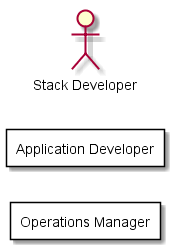
Earlier version of the PlantUML export design/Actors/StackDeveloper/UseCases.png (CAADE/C3).
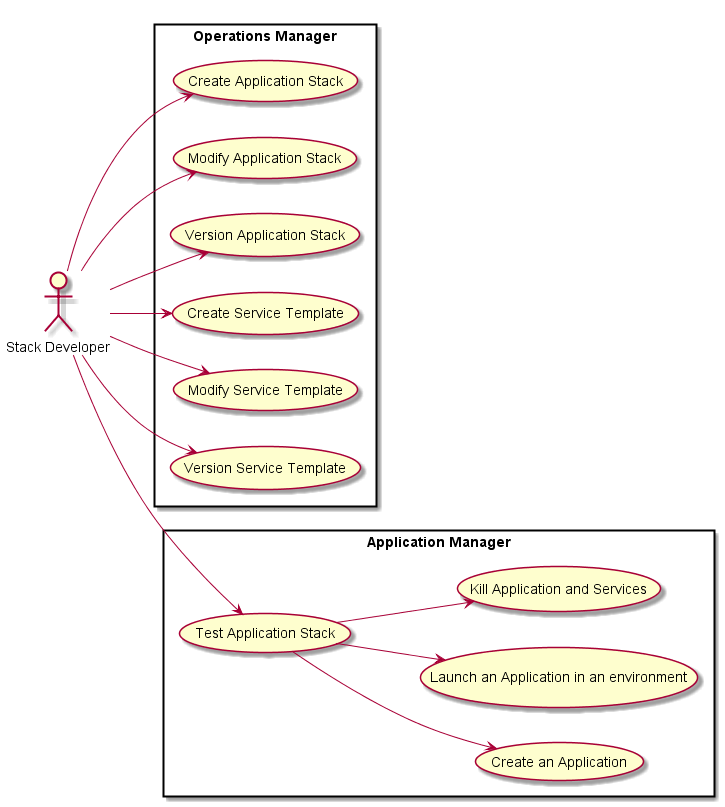
After the commit.

Commit message:
Add Details for Stack Developer and generate UML diagrams

What changed in the source:
```diff
@@ -5,11 +5,19 @@
 
 
 rectangle "Operations Manager" {
-
+  Admin --> (Create Application Stack)
+  Admin --> (Modify Application Stack)
+  Admin --> (Version Application Stack)
+  Admin --> (Create Service Template)
+  Admin --> (Modify Service Template)
+  Admin --> (Version Service Template)
 }
 
-rectangle "Application Developer" {
-
+rectangle "Application Manager" {
+  Admin --> (Test Application Stack)
+  (Test Application Stack) --> (Create an Application)
+  (Test Application Stack) --> (Launch an Application in an environment)
+  (Test Application Stack) --> (Kill Application and Services)
 }
 
 @enduml
```
